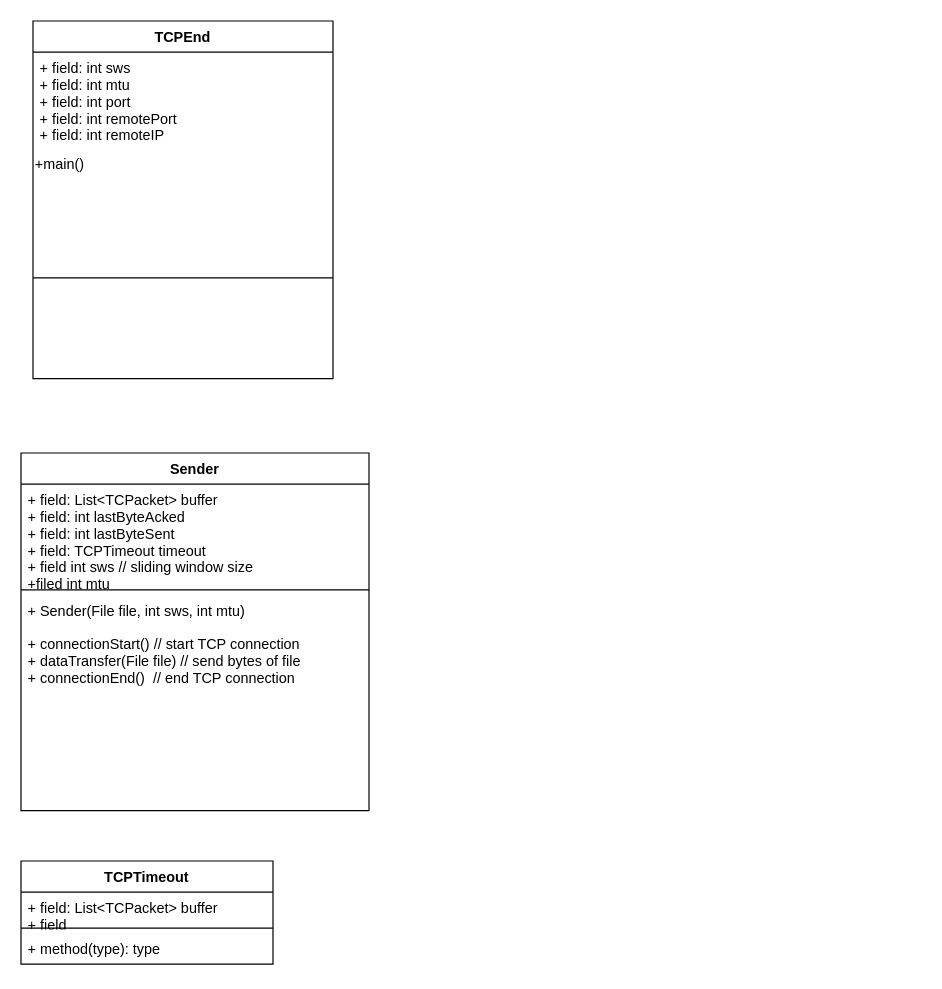
Before: Untitled Diagram.drawio in TejasRangole1/TCP, a draw.io diagram. Source tidied: cells renumbered, new cells numbered last; positions are measured from the earlier drawing's top-left corner, leaving out a move shared by most shapes. Both pictures are drawn from the tidied source at 120%, with x=0, y=0 at pixel (20, 20).
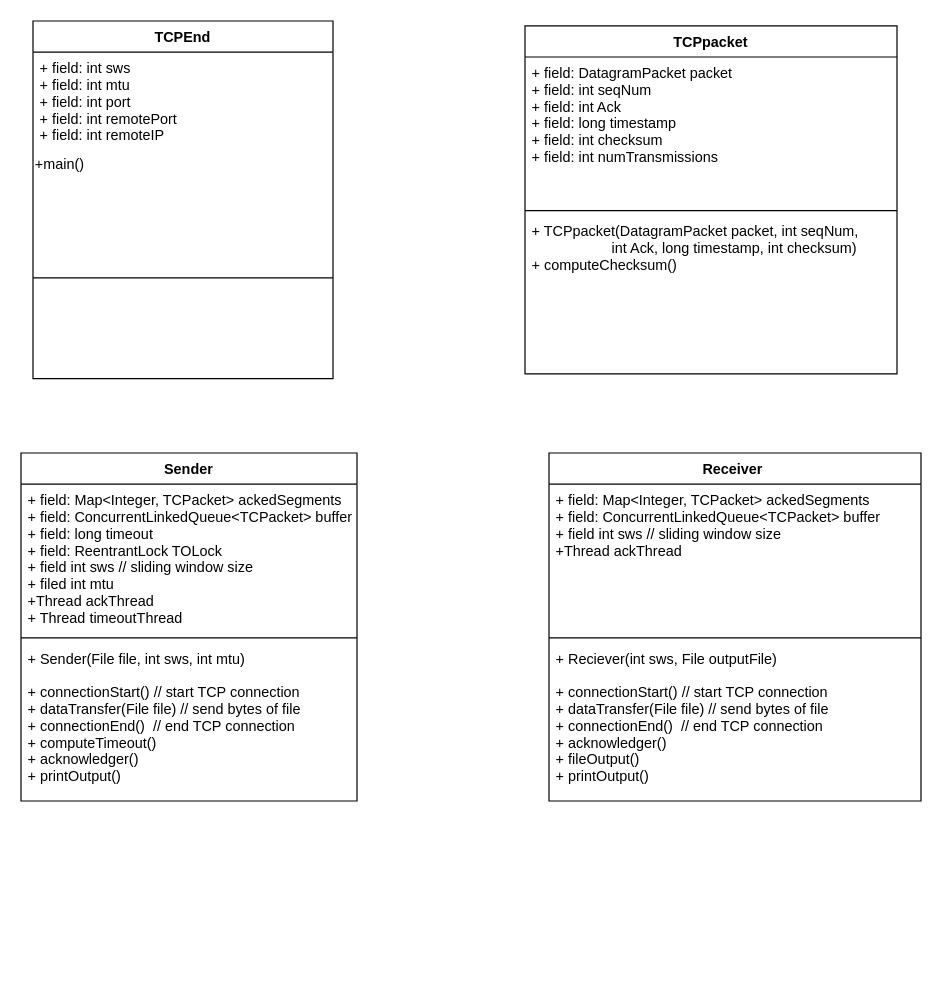
The same diagram, later.

Commit message:
Class Diagram

Diff of the diagram source:
```diff
@@
 <mxGraphModel>
   <root>
     <mxCell id="0" />
     <mxCell id="1" parent="0" />
     <mxCell id="2" value="Sender" style="swimlane;fontStyle=1;align=center;verticalAlign=top;horizontal=1;startSize=26;" parent="1" vertex="1">
-      <mxGeometry y="360" width="290" height="298" as="geometry" />
+      <mxGeometry y="360" width="280" height="290" as="geometry" />
     </mxCell>
-    <mxCell id="3" value="+ field: List&lt;TCPacket&gt; buffer&#10;+ field: int lastByteAcked&#10;+ field: int lastByteSent&#10;+ field: TCPTimeout timeout&#10;+ field int sws // sliding window size&#10;+filed int mtu&#10;&#10;&#10;&#10;" style="text;strokeColor=none;fillColor=none;align=left;verticalAlign=top;spacingLeft=4;spacingRight=4;overflow=hidden;" parent="2" vertex="1">
-      <mxGeometry y="26" width="290" height="84" as="geometry" />
+    <mxCell id="3" value="+ field: Map&lt;Integer, TCPacket&gt; ackedSegments&#10;+ field: ConcurrentLinkedQueue&lt;TCPacket&gt; buffer&#10;+ field: long timeout&#10;+ field: ReentrantLock TOLock&#10;+ field int sws // sliding window size&#10;+ filed int mtu&#10;+Thread ackThread&#10;+ Thread timeoutThread&#10;&#10;&#10;&#10;&#10;" style="text;strokeColor=none;fillColor=none;align=left;verticalAlign=top;spacingLeft=4;spacingRight=4;overflow=hidden;" parent="2" vertex="1">
+      <mxGeometry y="26" width="280" height="124" as="geometry" />
     </mxCell>
     <mxCell id="4" style="line;strokeWidth=1;fillColor=none;align=left;verticalAlign=middle;spacingTop=-1;spacingLeft=3;spacingRight=3;labelPosition=right;" parent="2" vertex="1">
-      <mxGeometry y="110" width="290" height="8" as="geometry" />
+      <mxGeometry y="150" width="280" height="8" as="geometry" />
     </mxCell>
-    <mxCell id="5" value="+ Sender(File file, int sws, int mtu)&#10;&#10;+ connectionStart() // start TCP connection&#10;+ dataTransfer(File file) // send bytes of file&#10;+ connectionEnd()  // end TCP connection&#10;&#10;" style="text;strokeColor=none;fillColor=none;align=left;verticalAlign=top;spacingLeft=4;spacingRight=4;overflow=hidden;" parent="2" vertex="1">
-      <mxGeometry y="118" width="290" height="180" as="geometry" />
+    <mxCell id="5" value="+ Sender(File file, int sws, int mtu)&#10;&#10;+ connectionStart() // start TCP connection&#10;+ dataTransfer(File file) // send bytes of file&#10;+ connectionEnd()  // end TCP connection&#10;+ computeTimeout()&#10;+ acknowledger()&#10;+ printOutput()" style="text;strokeColor=none;fillColor=none;align=left;verticalAlign=top;spacingLeft=4;spacingRight=4;overflow=hidden;" parent="2" vertex="1">
+      <mxGeometry y="158" width="280" height="132" as="geometry" />
     </mxCell>
     <mxCell id="6" value="TCPEnd" style="swimlane;fontStyle=1;align=center;verticalAlign=top;horizontal=1;startSize=26;" parent="1" vertex="1">
       <mxGeometry x="10" width="250" height="298" as="geometry" />
     </mxCell>
     <mxCell id="7" value="+ field: int sws&#10;+ field: int mtu&#10;+ field: int port&#10;+ field: int remotePort&#10;+ field: int remoteIP&#10;&#10;&#10;" style="text;strokeColor=none;fillColor=none;align=left;verticalAlign=top;spacingLeft=4;spacingRight=4;overflow=hidden;" parent="6" vertex="1">
       <mxGeometry y="26" width="250" height="84" as="geometry" />
     </mxCell>
     <mxCell id="8" value="&lt;div align=&quot;left&quot;&gt;+main()&lt;/div&gt;" style="text;html=1;strokeColor=none;fillColor=none;align=left;verticalAlign=middle;whiteSpace=wrap;rounded=0;" parent="6" vertex="1">
       <mxGeometry y="110" width="250" height="20" as="geometry" />
     </mxCell>
     <mxCell id="9" style="line;strokeWidth=1;fillColor=none;align=left;verticalAlign=middle;spacingTop=-1;spacingLeft=3;spacingRight=3;labelPosition=right;" parent="6" vertex="1">
       <mxGeometry y="130" width="250" height="168" as="geometry" />
     </mxCell>
-    <mxCell id="10" value="TCPTimeout" style="swimlane;fontStyle=1;align=center;verticalAlign=top;horizontal=1;startSize=26;" parent="1" vertex="1">
-      <mxGeometry y="700" width="210" height="86" as="geometry" />
-    </mxCell>
-    <mxCell id="11" value="+ field: List&lt;TCPacket&gt; buffer&#10;+ field &#10;" style="text;strokeColor=none;fillColor=none;align=left;verticalAlign=top;spacingLeft=4;spacingRight=4;overflow=hidden;" parent="10" vertex="1">
-      <mxGeometry y="26" width="210" height="26" as="geometry" />
-    </mxCell>
-    <mxCell id="12" style="line;strokeWidth=1;fillColor=none;align=left;verticalAlign=middle;spacingTop=-1;spacingLeft=3;spacingRight=3;labelPosition=right;" parent="10" vertex="1">
-      <mxGeometry y="52" width="210" height="8" as="geometry" />
-    </mxCell>
-    <mxCell id="13" value="+ method(type): type" style="text;strokeColor=none;fillColor=none;align=left;verticalAlign=top;spacingLeft=4;spacingRight=4;overflow=hidden;" parent="10" vertex="1">
-      <mxGeometry y="60" width="210" height="26" as="geometry" />
-    </mxCell>
+    <mxCell id="14" value="Receiver " style="swimlane;fontStyle=1;align=center;verticalAlign=top;horizontal=1;startSize=26;" parent="1" vertex="1">
+      <mxGeometry x="440" y="360" width="310" height="290" as="geometry" />
+    </mxCell>
+    <mxCell id="15" value="+ field: Map&lt;Integer, TCPacket&gt; ackedSegments&#10;+ field: ConcurrentLinkedQueue&lt;TCPacket&gt; buffer&#10;+ field int sws // sliding window size&#10;+Thread ackThread&#10;&#10;&#10;&#10;&#10;" style="text;strokeColor=none;fillColor=none;align=left;verticalAlign=top;spacingLeft=4;spacingRight=4;overflow=hidden;" parent="14" vertex="1">
+      <mxGeometry y="26" width="310" height="124" as="geometry" />
+    </mxCell>
+    <mxCell id="16" style="line;strokeWidth=1;fillColor=none;align=left;verticalAlign=middle;spacingTop=-1;spacingLeft=3;spacingRight=3;labelPosition=right;" parent="14" vertex="1">
+      <mxGeometry y="150" width="310" height="8" as="geometry" />
+    </mxCell>
+    <mxCell id="17" value="+ Reciever(int sws, File outputFile)&#10;&#10;+ connectionStart() // start TCP connection&#10;+ dataTransfer(File file) // send bytes of file&#10;+ connectionEnd()  // end TCP connection&#10;+ acknowledger() &#10;+ fileOutput()&#10;+ printOutput()&#10;" style="text;strokeColor=none;fillColor=none;align=left;verticalAlign=top;spacingLeft=4;spacingRight=4;overflow=hidden;" parent="14" vertex="1">
+      <mxGeometry y="158" width="310" height="132" as="geometry" />
+    </mxCell>
+    <mxCell id="18" value="TCPpacket" style="swimlane;fontStyle=1;align=center;verticalAlign=top;horizontal=1;startSize=26;" parent="1" vertex="1">
+      <mxGeometry x="420" y="4" width="310" height="290" as="geometry" />
+    </mxCell>
+    <mxCell id="19" value="+ field: DatagramPacket packet&#10;+ field: int seqNum&#10;+ field: int Ack&#10;+ field: long timestamp&#10;+ field: int checksum&#10;+ field: int numTransmissions" style="text;strokeColor=none;fillColor=none;align=left;verticalAlign=top;spacingLeft=4;spacingRight=4;overflow=hidden;" parent="18" vertex="1">
+      <mxGeometry y="26" width="310" height="124" as="geometry" />
+    </mxCell>
+    <mxCell id="20" style="line;strokeWidth=1;fillColor=none;align=left;verticalAlign=middle;spacingTop=-1;spacingLeft=3;spacingRight=3;labelPosition=right;" parent="18" vertex="1">
+      <mxGeometry y="150" width="310" height="8" as="geometry" />
+    </mxCell>
+    <mxCell id="21" value="+ TCPpacket(DatagramPacket packet, int seqNum, &#10;                    int Ack, long timestamp, int checksum)&#10;+ computeChecksum()&#10;" style="text;strokeColor=none;fillColor=none;align=left;verticalAlign=top;spacingLeft=4;spacingRight=4;overflow=hidden;" parent="18" vertex="1">
+      <mxGeometry y="158" width="310" height="132" as="geometry" />
+    </mxCell>
   </root>
 </mxGraphModel>
```
